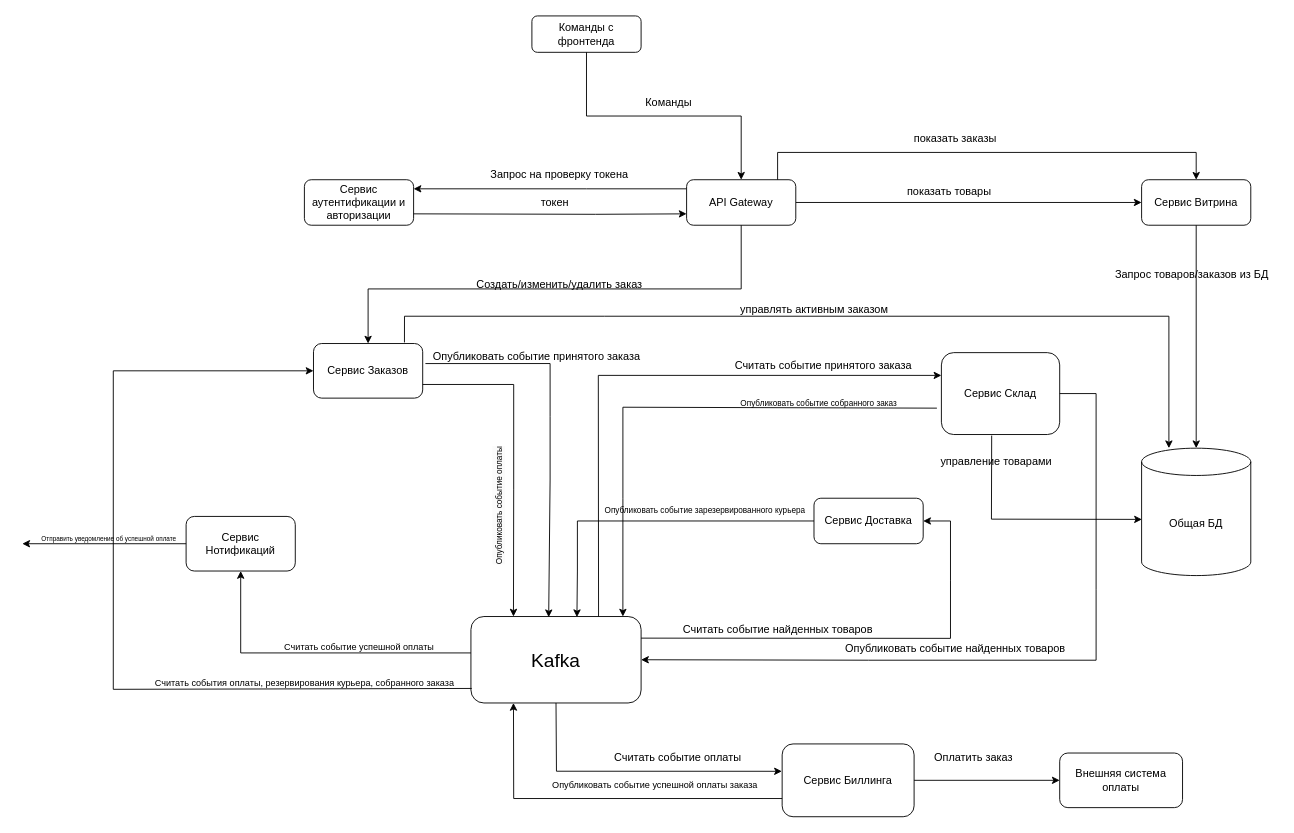
Earlier version of the draw.io diagram Homework1/Схема взаимодействия сервисов.drawio (flash1250/Otus). Source tidied: cells renumbered, new cells numbered last; positions are measured from the earlier drawing's top-left corner, leaving out a move shared by most shapes. Both pictures are drawn from the tidied source at 91%, with x=0, y=0 at pixel (22, 15).
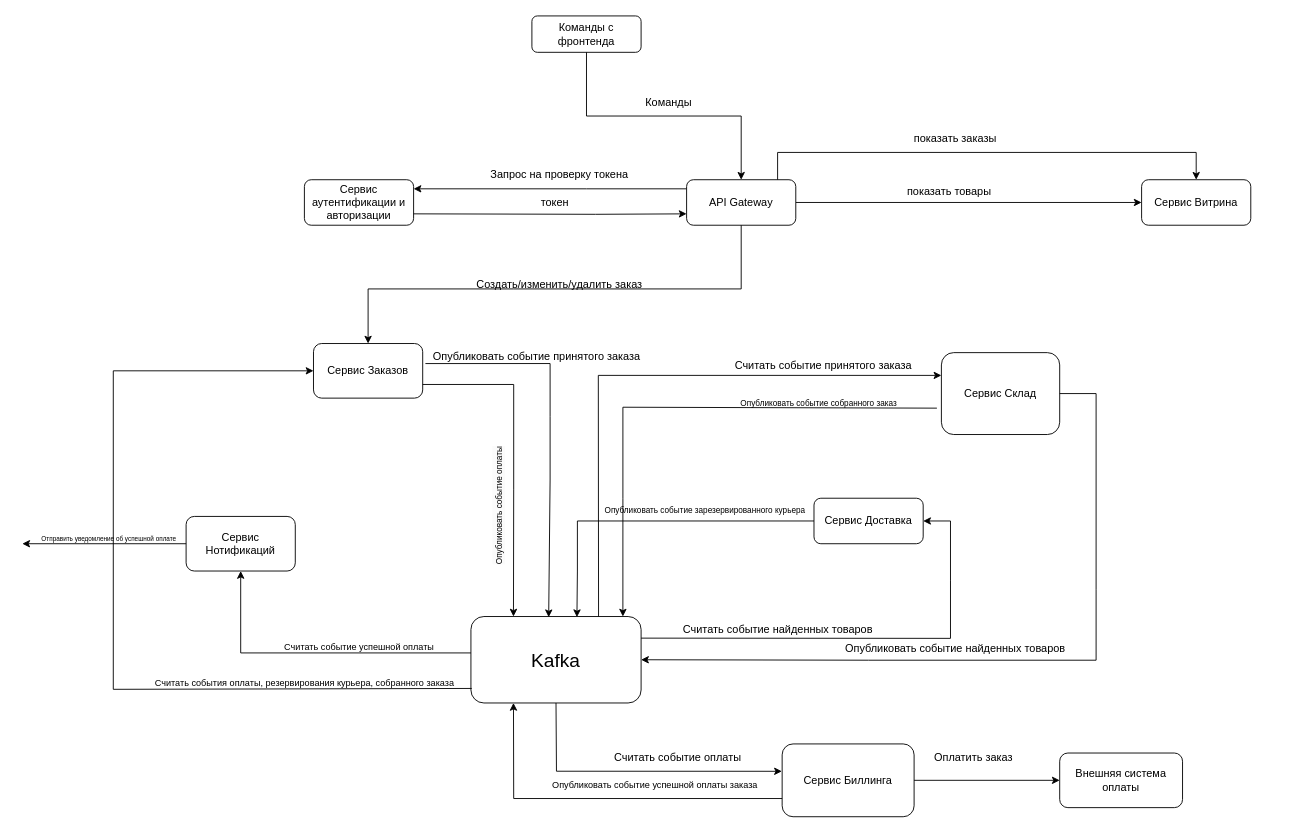
Above is the later version.

Commit message:
Обновление Схема взаимодействия сервисов.drawio (удалил общую бд из схемы)

The change refers to these unchanged cells:
```xml
<mxCell id="12" value="Сервис Витрина" style="rounded=1;whiteSpace=wrap;html=1;fontSize=12;glass=0;strokeWidth=1;shadow=0;" parent="1" vertex="1">
  <mxGeometry x="1230" y="180" width="120" height="50" as="geometry" />
</mxCell>
<mxCell id="17" value="Сервис Заказов" style="rounded=1;whiteSpace=wrap;html=1;fontSize=12;glass=0;strokeWidth=1;shadow=0;" parent="1" vertex="1">
  <mxGeometry x="320" y="360" width="120" height="60" as="geometry" />
</mxCell>
<mxCell id="23" value="Сервис Склад" style="rounded=1;whiteSpace=wrap;html=1;fontSize=12;glass=0;strokeWidth=1;shadow=0;" parent="1" vertex="1">
  <mxGeometry x="1010" y="370" width="130" height="90" as="geometry" />
</mxCell>
```

The edit, as a diff of the source:
```diff
@@
-    <mxCell id="14" style="edgeStyle=none;jettySize=auto;html=1;rounded=0;exitX=0.5;exitY=1;exitDx=0;exitDy=0;entryX=0.5;entryY=0;entryDx=0;entryDy=0;entryPerimeter=0;" parent="1" edge="1" source="12" target="15">
-      <mxGeometry relative="1" as="geometry" />
-    </mxCell>
-    <mxCell id="15" value="Общая БД" style="shape=cylinder3;whiteSpace=wrap;html=1;boundedLbl=1;backgroundOutline=1;size=15;" parent="1" vertex="1">
-      <mxGeometry x="1230" y="475" width="120" height="140" as="geometry" />
-    </mxCell>
-    <mxCell id="16" value="Запрос товаров/заказов из БД" style="text;html=1;align=center;verticalAlign=middle;strokeColor=none;fillColor=none;rotation=0;" parent="1" vertex="1">
-      <mxGeometry x="1190" y="270" width="190" height="30" as="geometry" />
-    </mxCell>
@@
-    <mxCell id="26" style="endArrow=classic;html=1;rounded=0;entryX=0.003;entryY=0.559;entryDx=0;entryDy=0;entryPerimeter=0;exitX=0.425;exitY=1.013;exitDx=0;exitDy=0;exitPerimeter=0;" parent="1" edge="1" source="23" target="15">
-      <mxGeometry relative="1" as="geometry">
-        <Array as="points">
-          <mxPoint x="1065" y="553" />
-        </Array>
-      </mxGeometry>
-    </mxCell>
-    <mxCell id="27" value="управление товарами" style="text;html=1;align=center;verticalAlign=middle;strokeColor=none;fillColor=none;" parent="1" vertex="1">
-      <mxGeometry x="995" y="475" width="150" height="30" as="geometry" />
-    </mxCell>
@@
-    <mxCell id="30" style="endArrow=classic;html=1;rounded=0;exitX=0.833;exitY=-0.02;exitDx=0;exitDy=0;exitPerimeter=0;entryX=0.25;entryY=0;entryDx=0;entryDy=0;entryPerimeter=0;" parent="1" edge="1" source="17" target="15">
-      <mxGeometry relative="1" as="geometry">
-        <Array as="points">
-          <mxPoint x="420" y="330" />
-          <mxPoint x="640" y="330" />
-          <mxPoint x="1260" y="330" />
-        </Array>
-      </mxGeometry>
-    </mxCell>
-    <mxCell id="31" value="управлять активным заказом" style="text;html=1;align=center;verticalAlign=middle;strokeColor=none;fillColor=none;" parent="1" vertex="1">
-      <mxGeometry x="775" y="308" width="190" height="30" as="geometry" />
-    </mxCell>
```
